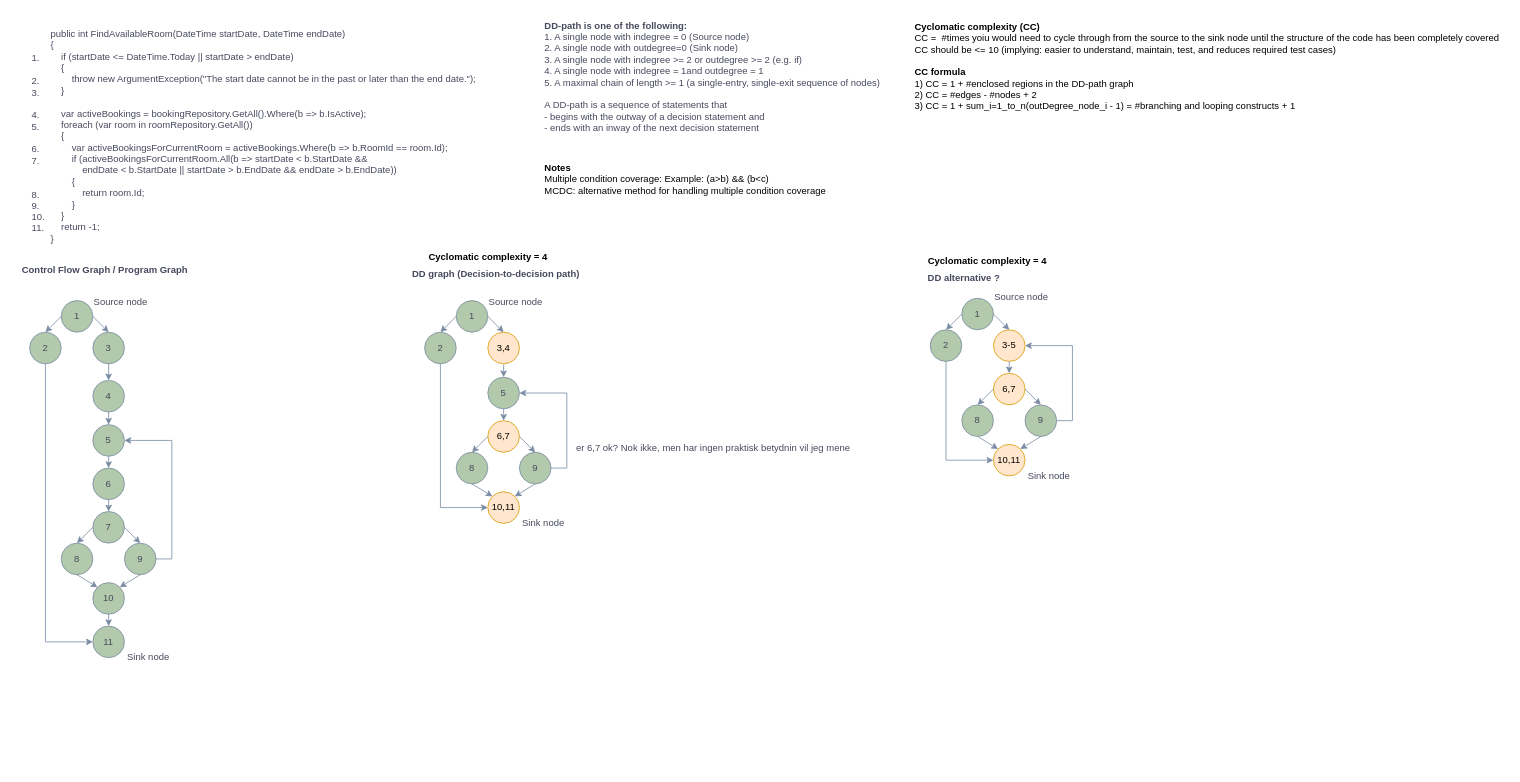
leaand01/WhiteBoxTesting_temp keeps this draw.io diagram as page "FindAvailableRoom_v2" (2 of 3) of Unavngivet diagram.drawio. Above is the earlier version. Source tidied: cells renumbered, new cells numbered last; positions are measured from the earlier drawing's top-left corner, leaving out a move shared by most shapes. Both pictures are drawn from the tidied source at 79%, with x=0, y=0 at pixel (13, 13).
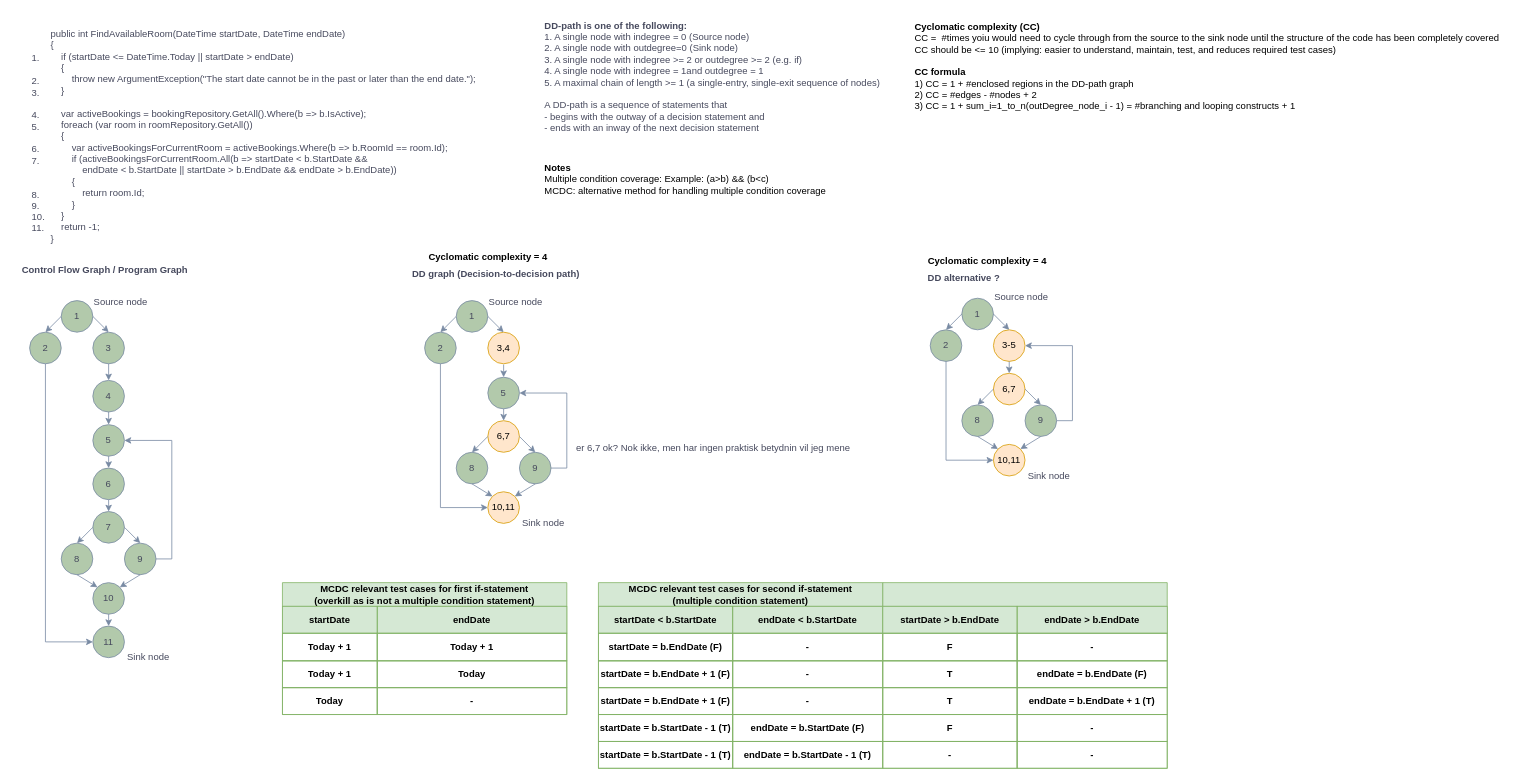
Above is the later version.

What changed in the source:
```diff
@@
+    <mxCell id="77" value="MCDC relevant test cases for first if-statement&lt;div&gt;(overkill as is not a multiple condition statement)&lt;/div&gt;" style="shape=table;startSize=30;childLayout=tableLayout;fillColor=#d5e8d4;strokeColor=#82b366;fontStyle=1;swimlaneFillColor=#FFFFFF;fontColor=#000000;whiteSpace=wrap;html=1;" parent="1" vertex="1">
+      <mxGeometry x="340" y="720" width="360" height="167" as="geometry" />
+    </mxCell>
+    <mxCell id="78" style="shape=tableRow;horizontal=0;startSize=0;swimlaneHead=0;swimlaneBody=0;strokeColor=inherit;top=0;left=0;bottom=0;right=0;fillColor=inherit;fontSize=16;fontColor=#000000;" parent="77" vertex="1">
+      <mxGeometry y="30" width="360" height="34" as="geometry" />
+    </mxCell>
+    <mxCell id="79" value="startDate" style="html=1;whiteSpace=wrap;strokeColor=inherit;overflow=hidden;fillColor=none;fontColor=#000000;fontStyle=1;" parent="78" vertex="1">
+      <mxGeometry width="120" height="34" as="geometry" />
+    </mxCell>
+    <mxCell id="80" value="endDate" style="html=1;whiteSpace=wrap;strokeColor=inherit;overflow=hidden;fillColor=none;fontColor=#000000;fontStyle=1;" parent="78" vertex="1">
+      <mxGeometry x="120" width="240" height="34" as="geometry" />
+    </mxCell>
+    <mxCell id="81" style="shape=tableRow;horizontal=0;startSize=0;swimlaneHead=0;swimlaneBody=0;strokeColor=inherit;top=0;left=0;bottom=0;right=0;fillColor=none;fontSize=16;fontColor=#000000;" parent="77" vertex="1">
+      <mxGeometry y="64" width="360" height="35" as="geometry" />
+    </mxCell>
+    <mxCell id="82" value="Today + 1" style="html=1;whiteSpace=wrap;strokeColor=inherit;overflow=hidden;fillColor=none;fontColor=#000000;fontStyle=1;" parent="81" vertex="1">
+      <mxGeometry width="120" height="35" as="geometry" />
+    </mxCell>
+    <mxCell id="83" value="Today + 1" style="html=1;whiteSpace=wrap;strokeColor=inherit;overflow=hidden;fillColor=none;fontColor=#000000;fontStyle=1;" parent="81" vertex="1">
+      <mxGeometry x="120" width="240" height="35" as="geometry" />
+    </mxCell>
+    <mxCell id="84" style="shape=tableRow;horizontal=0;startSize=0;swimlaneHead=0;swimlaneBody=0;strokeColor=inherit;top=0;left=0;bottom=0;right=0;fillColor=none;fontSize=16;fontColor=#000000;" parent="77" vertex="1">
+      <mxGeometry y="99" width="360" height="34" as="geometry" />
+    </mxCell>
+    <mxCell id="85" value="Today + 1" style="html=1;whiteSpace=wrap;strokeColor=inherit;overflow=hidden;fillColor=none;fontColor=#000000;fontStyle=1;" parent="84" vertex="1">
+      <mxGeometry width="120" height="34" as="geometry" />
+    </mxCell>
+    <mxCell id="86" value="Today" style="html=1;whiteSpace=wrap;strokeColor=inherit;overflow=hidden;fillColor=none;fontColor=#000000;fontStyle=1;" parent="84" vertex="1">
+      <mxGeometry x="120" width="240" height="34" as="geometry" />
+    </mxCell>
+    <mxCell id="87" style="shape=tableRow;horizontal=0;startSize=0;swimlaneHead=0;swimlaneBody=0;strokeColor=inherit;top=0;left=0;bottom=0;right=0;fillColor=none;fontSize=16;fontColor=#000000;" parent="77" vertex="1">
+      <mxGeometry y="133" width="360" height="34" as="geometry" />
+    </mxCell>
+    <mxCell id="88" value="Today" style="html=1;whiteSpace=wrap;strokeColor=inherit;overflow=hidden;fillColor=none;fontColor=#000000;fontStyle=1;" parent="87" vertex="1">
+      <mxGeometry width="120" height="34" as="geometry" />
+    </mxCell>
+    <mxCell id="89" value="-" style="html=1;whiteSpace=wrap;strokeColor=inherit;overflow=hidden;fillColor=none;fontColor=#000000;fontStyle=1;" parent="87" vertex="1">
+      <mxGeometry x="120" width="240" height="34" as="geometry" />
+    </mxCell>
+    <mxCell id="90" value="MCDC relevant test cases for second if-statement&lt;div&gt;(multiple condition statement)&lt;/div&gt;" style="shape=table;startSize=30;childLayout=tableLayout;fillColor=#d5e8d4;strokeColor=#82b366;fontStyle=1;swimlaneFillColor=#FFFFFF;fontColor=#000000;whiteSpace=wrap;html=1;" parent="1" vertex="1">
+      <mxGeometry x="740" y="720" width="360" height="235" as="geometry" />
+    </mxCell>
+    <mxCell id="91" style="shape=tableRow;horizontal=0;startSize=0;swimlaneHead=0;swimlaneBody=0;strokeColor=inherit;top=0;left=0;bottom=0;right=0;fillColor=inherit;fontSize=16;fontColor=#000000;" parent="90" vertex="1">
+      <mxGeometry y="30" width="360" height="34" as="geometry" />
+    </mxCell>
+    <mxCell id="92" value="startDate &amp;lt; b.StartDate" style="html=1;whiteSpace=wrap;strokeColor=inherit;overflow=hidden;fillColor=none;fontColor=#000000;fontStyle=1;" parent="91" vertex="1">
+      <mxGeometry width="170" height="34" as="geometry" />
+    </mxCell>
+    <mxCell id="93" value="endDate &amp;lt; b.StartDate" style="html=1;whiteSpace=wrap;strokeColor=inherit;overflow=hidden;fillColor=none;fontColor=#000000;fontStyle=1;" parent="91" vertex="1">
+      <mxGeometry x="170" width="190" height="34" as="geometry" />
+    </mxCell>
+    <mxCell id="94" style="shape=tableRow;horizontal=0;startSize=0;swimlaneHead=0;swimlaneBody=0;strokeColor=inherit;top=0;left=0;bottom=0;right=0;fillColor=none;fontSize=16;fontColor=#000000;" parent="90" vertex="1">
+      <mxGeometry y="64" width="360" height="35" as="geometry" />
+    </mxCell>
+    <mxCell id="95" value="startDate = b.EndDate (F)" style="html=1;whiteSpace=wrap;strokeColor=inherit;overflow=hidden;fillColor=none;fontColor=#000000;fontStyle=1;" parent="94" vertex="1">
+      <mxGeometry width="170" height="35" as="geometry" />
+    </mxCell>
+    <mxCell id="96" value="-" style="html=1;whiteSpace=wrap;strokeColor=inherit;overflow=hidden;fillColor=none;fontColor=#000000;fontStyle=1;" parent="94" vertex="1">
+      <mxGeometry x="170" width="190" height="35" as="geometry" />
+    </mxCell>
+    <mxCell id="97" style="shape=tableRow;horizontal=0;startSize=0;swimlaneHead=0;swimlaneBody=0;strokeColor=inherit;top=0;left=0;bottom=0;right=0;fillColor=none;fontSize=16;fontColor=#000000;" parent="90" vertex="1">
+      <mxGeometry y="99" width="360" height="34" as="geometry" />
+    </mxCell>
+    <mxCell id="98" value="startDate = b.EndDate + 1 (F)" style="html=1;whiteSpace=wrap;strokeColor=inherit;overflow=hidden;fillColor=none;fontColor=#000000;fontStyle=1;" parent="97" vertex="1">
+      <mxGeometry width="170" height="34" as="geometry" />
+    </mxCell>
+    <mxCell id="99" value="-" style="html=1;whiteSpace=wrap;strokeColor=inherit;overflow=hidden;fillColor=none;fontColor=#000000;fontStyle=1;" parent="97" vertex="1">
+      <mxGeometry x="170" width="190" height="34" as="geometry" />
+    </mxCell>
+    <mxCell id="100" style="shape=tableRow;horizontal=0;startSize=0;swimlaneHead=0;swimlaneBody=0;strokeColor=inherit;top=0;left=0;bottom=0;right=0;fillColor=none;fontSize=16;fontColor=#000000;" parent="90" vertex="1">
+      <mxGeometry y="133" width="360" height="34" as="geometry" />
+    </mxCell>
+    <mxCell id="101" value="startDate = b.EndDate + 1 (F)" style="html=1;whiteSpace=wrap;strokeColor=inherit;overflow=hidden;fillColor=none;fontColor=#000000;fontStyle=1;" parent="100" vertex="1">
+      <mxGeometry width="170" height="34" as="geometry" />
+    </mxCell>
+    <mxCell id="102" value="-" style="html=1;whiteSpace=wrap;strokeColor=inherit;overflow=hidden;fillColor=none;fontColor=#000000;fontStyle=1;" parent="100" vertex="1">
+      <mxGeometry x="170" width="190" height="34" as="geometry" />
+    </mxCell>
+    <mxCell id="103" style="shape=tableRow;horizontal=0;startSize=0;swimlaneHead=0;swimlaneBody=0;strokeColor=inherit;top=0;left=0;bottom=0;right=0;fillColor=none;fontSize=16;fontColor=#000000;" parent="90" vertex="1">
+      <mxGeometry y="167" width="360" height="34" as="geometry" />
+    </mxCell>
+    <mxCell id="104" value="startDate = b.StartDate - 1 (T)" style="html=1;whiteSpace=wrap;strokeColor=inherit;overflow=hidden;fillColor=none;fontColor=#000000;fontStyle=1;" parent="103" vertex="1">
+      <mxGeometry width="170" height="34" as="geometry" />
+    </mxCell>
+    <mxCell id="105" value="endDate = b.StartDate (F)" style="html=1;whiteSpace=wrap;strokeColor=inherit;overflow=hidden;fillColor=none;fontColor=#000000;fontStyle=1;" parent="103" vertex="1">
+      <mxGeometry x="170" width="190" height="34" as="geometry" />
+    </mxCell>
+    <mxCell id="106" style="shape=tableRow;horizontal=0;startSize=0;swimlaneHead=0;swimlaneBody=0;strokeColor=inherit;top=0;left=0;bottom=0;right=0;fillColor=none;fontSize=16;fontColor=#000000;" parent="90" vertex="1">
+      <mxGeometry y="201" width="360" height="34" as="geometry" />
+    </mxCell>
+    <mxCell id="107" value="startDate = b.StartDate - 1 (T)" style="html=1;whiteSpace=wrap;strokeColor=inherit;overflow=hidden;fillColor=none;fontColor=#000000;fontStyle=1;" parent="106" vertex="1">
+      <mxGeometry width="170" height="34" as="geometry" />
+    </mxCell>
+    <mxCell id="108" value="endDate = b.StartDate - 1 (T)" style="html=1;whiteSpace=wrap;strokeColor=inherit;overflow=hidden;fillColor=none;fontColor=#000000;fontStyle=1;" parent="106" vertex="1">
+      <mxGeometry x="170" width="190" height="34" as="geometry" />
+    </mxCell>
+    <mxCell id="109" style="shape=table;startSize=30;childLayout=tableLayout;fillColor=#d5e8d4;strokeColor=#82b366;fontStyle=1;swimlaneFillColor=#FFFFFF;fontColor=#000000;whiteSpace=wrap;html=1;" parent="1" vertex="1">
+      <mxGeometry x="1100" y="720" width="360" height="235" as="geometry" />
+    </mxCell>
+    <mxCell id="110" style="shape=tableRow;horizontal=0;startSize=0;swimlaneHead=0;swimlaneBody=0;strokeColor=inherit;top=0;left=0;bottom=0;right=0;fillColor=inherit;fontSize=16;fontColor=#000000;" parent="109" vertex="1">
+      <mxGeometry y="30" width="360" height="34" as="geometry" />
+    </mxCell>
+    <mxCell id="111" value="startDate &amp;gt; b.EndDate" style="html=1;whiteSpace=wrap;strokeColor=inherit;overflow=hidden;fillColor=none;fontColor=#000000;fontStyle=1;" parent="110" vertex="1">
+      <mxGeometry width="170" height="34" as="geometry" />
+    </mxCell>
+    <mxCell id="112" value="endDate &amp;gt; b.EndDate" style="html=1;whiteSpace=wrap;strokeColor=inherit;overflow=hidden;fillColor=none;fontColor=#000000;fontStyle=1;" parent="110" vertex="1">
+      <mxGeometry x="170" width="190" height="34" as="geometry" />
+    </mxCell>
+    <mxCell id="113" style="shape=tableRow;horizontal=0;startSize=0;swimlaneHead=0;swimlaneBody=0;strokeColor=inherit;top=0;left=0;bottom=0;right=0;fillColor=none;fontSize=16;fontColor=#000000;" parent="109" vertex="1">
+      <mxGeometry y="64" width="360" height="35" as="geometry" />
+    </mxCell>
+    <mxCell id="114" value="F" style="html=1;whiteSpace=wrap;strokeColor=inherit;overflow=hidden;fillColor=none;fontColor=#000000;fontStyle=1;" parent="113" vertex="1">
+      <mxGeometry width="170" height="35" as="geometry" />
+    </mxCell>
+    <mxCell id="115" value="-" style="html=1;whiteSpace=wrap;strokeColor=inherit;overflow=hidden;fillColor=none;fontColor=#000000;fontStyle=1;" parent="113" vertex="1">
+      <mxGeometry x="170" width="190" height="35" as="geometry" />
+    </mxCell>
+    <mxCell id="116" style="shape=tableRow;horizontal=0;startSize=0;swimlaneHead=0;swimlaneBody=0;strokeColor=inherit;top=0;left=0;bottom=0;right=0;fillColor=none;fontSize=16;fontColor=#000000;" parent="109" vertex="1">
+      <mxGeometry y="99" width="360" height="34" as="geometry" />
+    </mxCell>
+    <mxCell id="117" value="T" style="html=1;whiteSpace=wrap;strokeColor=inherit;overflow=hidden;fillColor=none;fontColor=#000000;fontStyle=1;" parent="116" vertex="1">
+      <mxGeometry width="170" height="34" as="geometry" />
+    </mxCell>
+    <mxCell id="118" value="endDate = b.EndDate (F)" style="html=1;whiteSpace=wrap;strokeColor=inherit;overflow=hidden;fillColor=none;fontColor=#000000;fontStyle=1;" parent="116" vertex="1">
+      <mxGeometry x="170" width="190" height="34" as="geometry" />
+    </mxCell>
+    <mxCell id="119" style="shape=tableRow;horizontal=0;startSize=0;swimlaneHead=0;swimlaneBody=0;strokeColor=inherit;top=0;left=0;bottom=0;right=0;fillColor=none;fontSize=16;fontColor=#000000;" parent="109" vertex="1">
+      <mxGeometry y="133" width="360" height="34" as="geometry" />
+    </mxCell>
+    <mxCell id="120" value="T" style="html=1;whiteSpace=wrap;strokeColor=inherit;overflow=hidden;fillColor=none;fontColor=#000000;fontStyle=1;" parent="119" vertex="1">
+      <mxGeometry width="170" height="34" as="geometry" />
+    </mxCell>
+    <mxCell id="121" value="endDate = b.EndDate + 1 (T)" style="html=1;whiteSpace=wrap;strokeColor=inherit;overflow=hidden;fillColor=none;fontColor=#000000;fontStyle=1;" parent="119" vertex="1">
+      <mxGeometry x="170" width="190" height="34" as="geometry" />
+    </mxCell>
+    <mxCell id="122" style="shape=tableRow;horizontal=0;startSize=0;swimlaneHead=0;swimlaneBody=0;strokeColor=inherit;top=0;left=0;bottom=0;right=0;fillColor=none;fontSize=16;fontColor=#000000;" parent="109" vertex="1">
+      <mxGeometry y="167" width="360" height="34" as="geometry" />
+    </mxCell>
+    <mxCell id="123" value="F" style="html=1;whiteSpace=wrap;strokeColor=inherit;overflow=hidden;fillColor=none;fontColor=#000000;fontStyle=1;" parent="122" vertex="1">
+      <mxGeometry width="170" height="34" as="geometry" />
+    </mxCell>
+    <mxCell id="124" value="-" style="html=1;whiteSpace=wrap;strokeColor=inherit;overflow=hidden;fillColor=none;fontColor=#000000;fontStyle=1;" parent="122" vertex="1">
+      <mxGeometry x="170" width="190" height="34" as="geometry" />
+    </mxCell>
+    <mxCell id="125" style="shape=tableRow;horizontal=0;startSize=0;swimlaneHead=0;swimlaneBody=0;strokeColor=inherit;top=0;left=0;bottom=0;right=0;fillColor=none;fontSize=16;fontColor=#000000;" parent="109" vertex="1">
+      <mxGeometry y="201" width="360" height="34" as="geometry" />
+    </mxCell>
+    <mxCell id="126" value="-" style="html=1;whiteSpace=wrap;strokeColor=inherit;overflow=hidden;fillColor=none;fontColor=#000000;fontStyle=1;" parent="125" vertex="1">
+      <mxGeometry width="170" height="34" as="geometry" />
+    </mxCell>
+    <mxCell id="127" value="-" style="html=1;whiteSpace=wrap;strokeColor=inherit;overflow=hidden;fillColor=none;fontColor=#000000;fontStyle=1;" parent="125" vertex="1">
+      <mxGeometry x="170" width="190" height="34" as="geometry" />
+    </mxCell>
```
